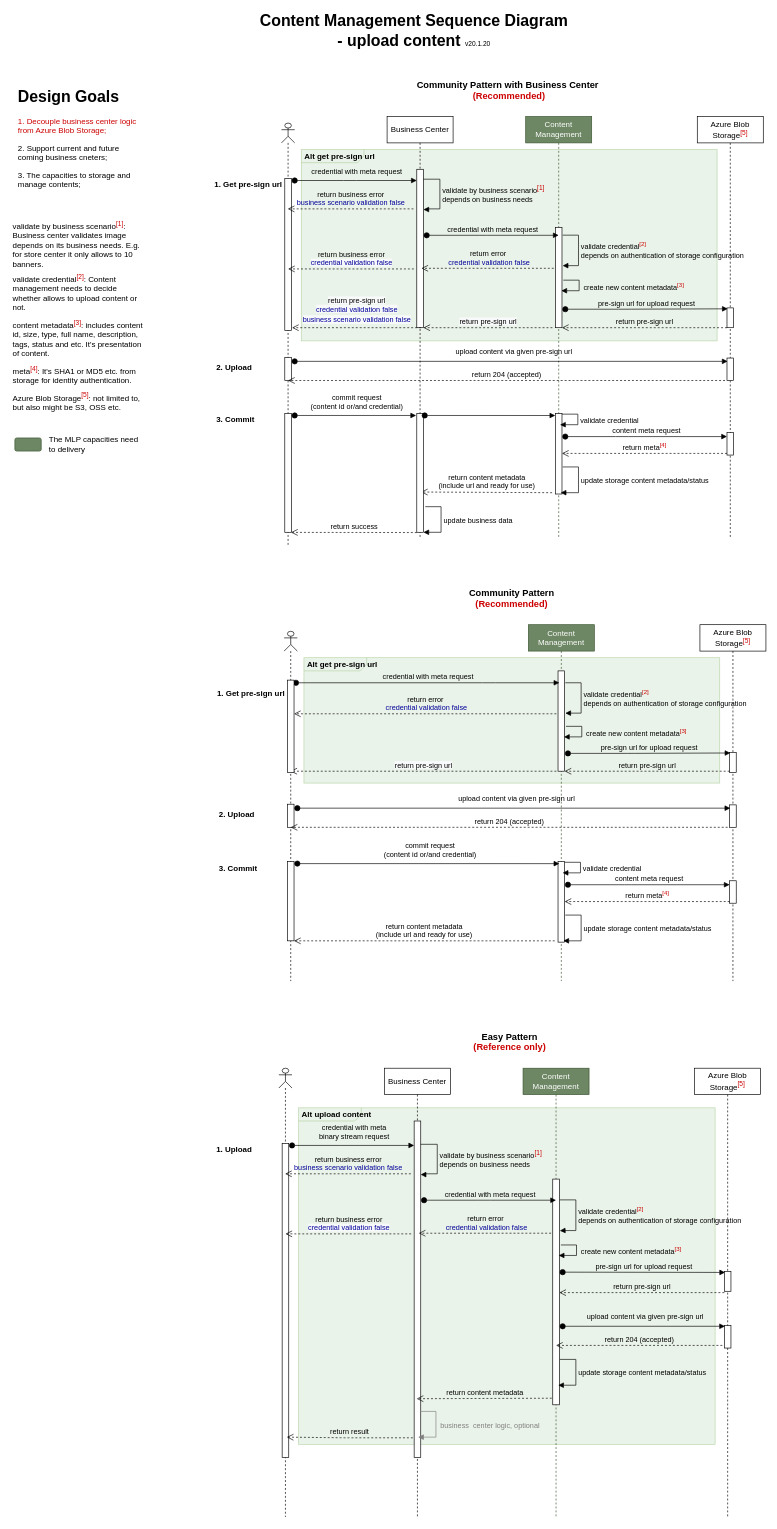
The draw.io diagram page "Uploading User Case" (1 of 3) of Mid Layer Platform Content Business Flow.drawio in sotheair/designs, before the edit. Source tidied: cells renumbered, new cells numbered last; positions are measured from the earlier drawing's top-left corner, leaving out a move shared by most shapes. Both pictures are drawn from the tidied source at 66%, with x=0, y=0 at pixel (11, 24).
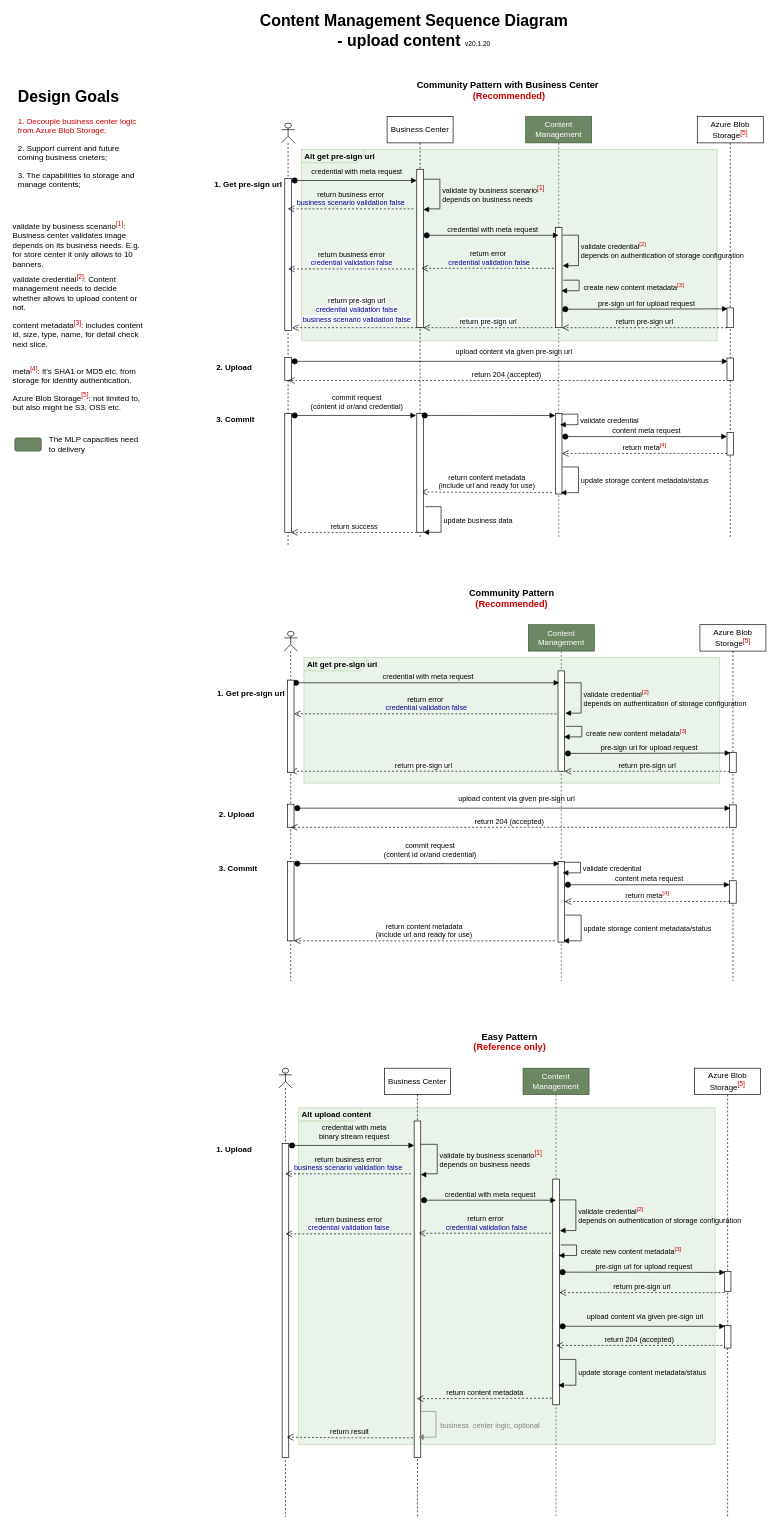
After the change.

Change to the diagram source:
```diff
@@
-    <mxCell id="25" value="&lt;h1&gt;Design Goals&lt;/h1&gt;&lt;p&gt;&lt;font color=&quot;#cc0000&quot;&gt;1. Decouple business center logic from Azure Blob Storage;&lt;/font&gt;&lt;/p&gt;&lt;p&gt;2. Support current and future coming business cneters; &amp;nbsp;&lt;/p&gt;&lt;p&gt;3. The capacities to storage and manage contents;&lt;/p&gt;" style="text;html=1;strokeColor=none;fillColor=none;spacing=5;spacingTop=-20;whiteSpace=wrap;overflow=hidden;rounded=0;" parent="1" vertex="1">
+    <mxCell id="25" value="&lt;h1&gt;Design Goals&lt;/h1&gt;&lt;p&gt;&lt;font color=&quot;#cc0000&quot;&gt;1. Decouple business center logic from Azure Blob Storage;&lt;/font&gt;&lt;/p&gt;&lt;p&gt;2. Support current and future coming business cneters; &amp;nbsp;&lt;/p&gt;&lt;p&gt;3. The capabilities to storage and manage contents;&lt;/p&gt;" style="text;html=1;strokeColor=none;fillColor=none;spacing=5;spacingTop=-20;whiteSpace=wrap;overflow=hidden;rounded=0;" parent="1" vertex="1">
       <mxGeometry x="5" y="90" width="190" height="170" as="geometry" />
     </mxCell>
@@
-    <mxCell id="43" value="content metadata&lt;sup&gt;&lt;font color=&quot;#cc0000&quot;&gt;[3]&lt;/font&gt;&lt;/sup&gt;: includes content id, size, type, full name, description, tags, status and etc. It's presentation of content." style="text;html=1;whiteSpace=wrap;" parent="1" vertex="1">
+    <mxCell id="43" value="content metadata&lt;sup&gt;&lt;font color=&quot;#cc0000&quot;&gt;[3]&lt;/font&gt;&lt;/sup&gt;: includes content id, size, type, name, for detail check next slice." style="text;html=1;whiteSpace=wrap;" parent="1" vertex="1">
       <mxGeometry y="440" width="200" height="80" as="geometry" />
     </mxCell>
```
